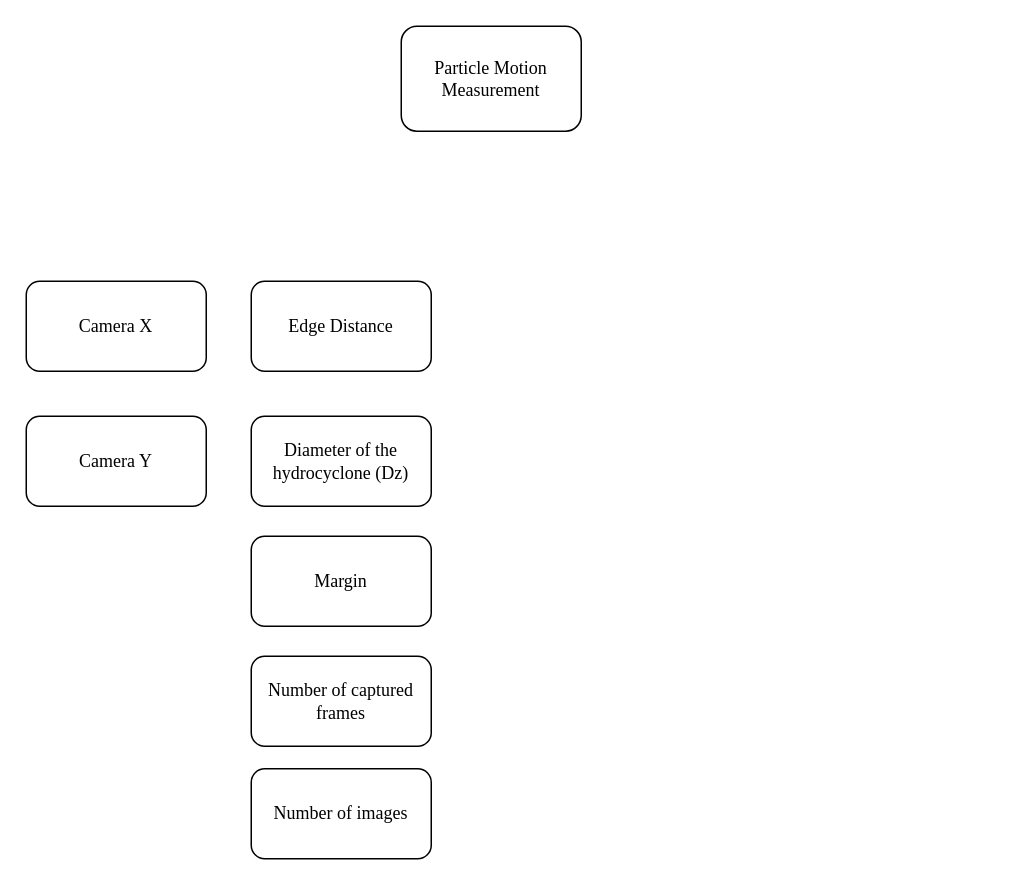
This is cvat数据来源/未命名绘图.drawio from 14790897/550-preprocess, a draw.io file, before an edit. Source tidied: cells renumbered, new cells numbered last; positions are measured from the earlier drawing's top-left corner, leaving out a move shared by most shapes. Both pictures are drawn from the tidied source at 150%, with x=0, y=0 at pixel (26, 26).
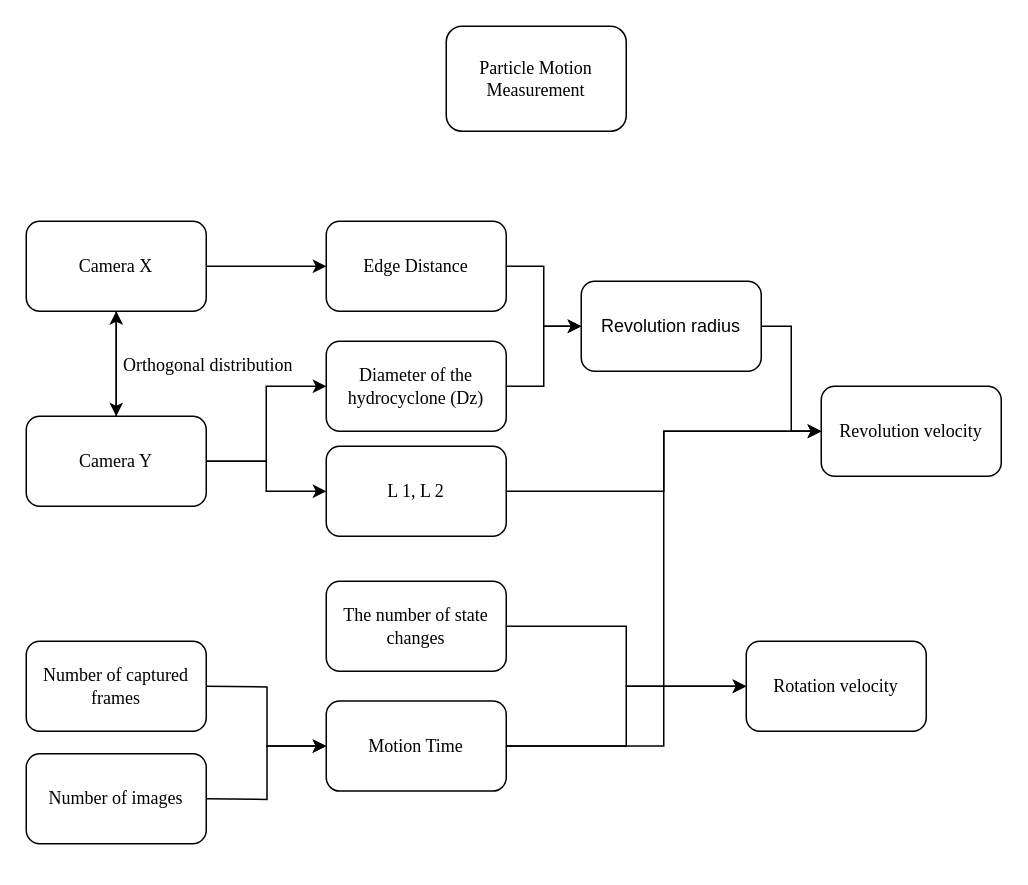
The same diagram, later.

Commit message:
更新未命名绘图.drawio

The change refers to these unchanged cells:
```xml
<mxCell id="4" value="&lt;font face=&quot;Times New Roman&quot;&gt;Camera Y&lt;/font&gt;" style="rounded=1;whiteSpace=wrap;html=1;shadow=0;glass=0;strokeColor=default;strokeWidth=1;align=center;verticalAlign=middle;fontFamily=Helvetica;fontSize=12;fontColor=default;fillColor=default;" parent="1" vertex="1">
  <mxGeometry y="260" width="120" height="60" as="geometry" />
</mxCell>
```

Diff of the diagram source:
```diff
@@
     <mxCell id="2" value="&lt;div&gt;Particle Motion Measurement&lt;/div&gt;" style="rounded=1;whiteSpace=wrap;html=1;fontSize=12;glass=0;strokeWidth=1;shadow=0;fontFamily=Times New Roman;" parent="1" vertex="1">
-      <mxGeometry x="250" width="120" height="70" as="geometry" />
+      <mxGeometry x="280" width="120" height="70" as="geometry" />
     </mxCell>
+    <mxCell id="10" style="edgeStyle=orthogonalEdgeStyle;rounded=0;jettySize=auto;html=1;entryX=0.5;entryY=0;entryDx=0;entryDy=0;fontFamily=Times New Roman;fontSize=12;fontColor=default;" parent="1" edge="1" source="3" target="4">
+      <mxGeometry relative="1" as="geometry" />
+    </mxCell>
+    <mxCell id="11" value="Orthogonal distribution" style="edgeLabel;html=1;align=center;verticalAlign=middle;rounded=1;shadow=0;glass=0;strokeColor=default;strokeWidth=1;fontFamily=Times New Roman;fontSize=12;fontColor=default;fillColor=default;" parent="10" vertex="1">
+      <mxGeometry x="0.01" y="-2" relative="1" as="geometry">
+        <mxPoint x="62" as="offset" />
+      </mxGeometry>
+    </mxCell>
+    <mxCell id="12" style="edgeStyle=orthogonalEdgeStyle;rounded=0;jettySize=auto;html=1;entryX=0;entryY=0.5;entryDx=0;entryDy=0;fontFamily=Times New Roman;fontSize=12;fontColor=default;" parent="1" edge="1" source="3" target="5">
+      <mxGeometry relative="1" as="geometry" />
+    </mxCell>
     <mxCell id="3" value="&lt;font face=&quot;Times New Roman&quot;&gt;Camera X&lt;/font&gt;" style="rounded=1;whiteSpace=wrap;html=1;shadow=0;glass=0;strokeColor=default;strokeWidth=1;align=center;verticalAlign=middle;fontFamily=Helvetica;fontSize=12;fontColor=default;fillColor=default;" parent="1" vertex="1">
-      <mxGeometry y="170" width="120" height="60" as="geometry" />
+      <mxGeometry y="130" width="120" height="60" as="geometry" />
     </mxCell>
+    <mxCell id="13" style="edgeStyle=orthogonalEdgeStyle;rounded=0;jettySize=auto;html=1;entryX=0;entryY=0.5;entryDx=0;entryDy=0;fontFamily=Times New Roman;fontSize=12;fontColor=default;" parent="1" edge="1" source="4" target="6">
+      <mxGeometry relative="1" as="geometry" />
+    </mxCell>
+    <mxCell id="14" style="edgeStyle=orthogonalEdgeStyle;rounded=0;jettySize=auto;html=1;entryX=0;entryY=0.5;entryDx=0;entryDy=0;fontFamily=Times New Roman;fontSize=12;fontColor=default;" parent="1" edge="1" source="4" target="27">
+      <mxGeometry relative="1" as="geometry" />
+    </mxCell>
+    <mxCell id="15" style="edgeStyle=orthogonalEdgeStyle;rounded=0;jettySize=auto;html=1;fontFamily=Times New Roman;fontSize=12;fontColor=default;" parent="1" edge="1" source="4">
+      <mxGeometry relative="1" as="geometry">
+        <mxPoint x="60" y="190" as="targetPoint" />
+      </mxGeometry>
+    </mxCell>
@@
+    <mxCell id="16" style="edgeStyle=orthogonalEdgeStyle;rounded=0;jettySize=auto;html=1;entryX=0;entryY=0.5;entryDx=0;entryDy=0;fontFamily=Times New Roman;fontSize=12;fontColor=default;" parent="1" edge="1" source="5" target="21">
+      <mxGeometry relative="1" as="geometry" />
+    </mxCell>
     <mxCell id="5" value="&lt;font face=&quot;Times New Roman&quot;&gt;Edge Distance&lt;/font&gt;" style="rounded=1;whiteSpace=wrap;html=1;shadow=0;glass=0;strokeColor=default;strokeWidth=1;align=center;verticalAlign=middle;fontFamily=Helvetica;fontSize=12;fontColor=default;fillColor=default;" parent="1" vertex="1">
-      <mxGeometry x="150" y="170" width="120" height="60" as="geometry" />
+      <mxGeometry x="200" y="130" width="120" height="60" as="geometry" />
     </mxCell>
+    <mxCell id="17" style="edgeStyle=orthogonalEdgeStyle;rounded=0;jettySize=auto;html=1;entryX=0;entryY=0.5;entryDx=0;entryDy=0;fontFamily=Times New Roman;fontSize=12;fontColor=default;" parent="1" edge="1" source="6" target="21">
+      <mxGeometry relative="1" as="geometry" />
+    </mxCell>
     <mxCell id="6" value="&lt;font face=&quot;Times New Roman&quot;&gt;Diameter of the hydrocyclone (Dz)&lt;/font&gt;" style="rounded=1;whiteSpace=wrap;html=1;shadow=0;glass=0;strokeColor=default;strokeWidth=1;align=center;verticalAlign=middle;fontFamily=Helvetica;fontSize=12;fontColor=default;fillColor=default;" parent="1" vertex="1">
-      <mxGeometry x="150" y="260" width="120" height="60" as="geometry" />
+      <mxGeometry x="200" y="210" width="120" height="60" as="geometry" />
     </mxCell>
-    <mxCell id="7" value="&lt;font face=&quot;Times New Roman&quot;&gt;Margin&lt;/font&gt;" style="rounded=1;whiteSpace=wrap;html=1;shadow=0;glass=0;strokeColor=default;strokeWidth=1;align=center;verticalAlign=middle;fontFamily=Helvetica;fontSize=12;fontColor=default;fillColor=default;" parent="1" vertex="1">
-      <mxGeometry x="150" y="340" width="120" height="60" as="geometry" />
-    </mxCell>
+    <mxCell id="18" style="edgeStyle=orthogonalEdgeStyle;rounded=0;jettySize=auto;html=1;entryX=0;entryY=0.5;entryDx=0;entryDy=0;fontFamily=Times New Roman;fontSize=12;fontColor=default;" parent="1" edge="1" target="30">
+      <mxGeometry relative="1" as="geometry">
+        <mxPoint x="120" y="440" as="sourcePoint" />
+      </mxGeometry>
+    </mxCell>
     <mxCell id="8" value="&lt;font face=&quot;Times New Roman&quot;&gt;Number of captured frames&lt;/font&gt;" style="rounded=1;whiteSpace=wrap;html=1;shadow=0;glass=0;strokeColor=default;strokeWidth=1;align=center;verticalAlign=middle;fontFamily=Helvetica;fontSize=12;fontColor=default;fillColor=default;" parent="1" vertex="1">
-      <mxGeometry x="150" y="420" width="120" height="60" as="geometry" />
+      <mxGeometry y="410" width="120" height="60" as="geometry" />
     </mxCell>
+    <mxCell id="19" style="edgeStyle=orthogonalEdgeStyle;rounded=0;jettySize=auto;html=1;entryX=0;entryY=0.5;entryDx=0;entryDy=0;fontFamily=Times New Roman;fontSize=12;fontColor=default;" parent="1" edge="1" target="30">
+      <mxGeometry relative="1" as="geometry">
+        <mxPoint x="120" y="515" as="sourcePoint" />
+      </mxGeometry>
+    </mxCell>
     <mxCell id="9" value="&lt;font face=&quot;Times New Roman&quot;&gt;Number of images&lt;/font&gt;" style="rounded=1;whiteSpace=wrap;html=1;shadow=0;glass=0;strokeColor=default;strokeWidth=1;align=center;verticalAlign=middle;fontFamily=Helvetica;fontSize=12;fontColor=default;fillColor=default;" parent="1" vertex="1">
-      <mxGeometry x="150" y="495" width="120" height="60" as="geometry" />
+      <mxGeometry y="485" width="120" height="60" as="geometry" />
     </mxCell>
+    <mxCell id="20" style="edgeStyle=orthogonalEdgeStyle;rounded=0;jettySize=auto;html=1;entryX=0;entryY=0.5;entryDx=0;entryDy=0;fontFamily=Times New Roman;fontSize=12;fontColor=default;" parent="1" edge="1" source="21" target="22">
+      <mxGeometry relative="1" as="geometry" />
+    </mxCell>
+    <mxCell id="21" value="Revolution radius" style="rounded=1;whiteSpace=wrap;html=1;shadow=0;glass=0;strokeColor=default;strokeWidth=1;align=center;verticalAlign=middle;fontFamily=Helvetica;fontSize=12;fontColor=default;fillColor=default;" parent="1" vertex="1">
+      <mxGeometry x="370" y="170" width="120" height="60" as="geometry" />
+    </mxCell>
+    <mxCell id="22" value="Revolution velocity" style="rounded=1;whiteSpace=wrap;html=1;shadow=0;glass=0;strokeColor=default;strokeWidth=1;align=center;verticalAlign=middle;fontFamily=Times New Roman;fontSize=12;fontColor=default;fillColor=default;" parent="1" vertex="1">
+      <mxGeometry x="530" y="240" width="120" height="60" as="geometry" />
+    </mxCell>
+    <mxCell id="23" value="Rotation velocity" style="rounded=1;whiteSpace=wrap;html=1;shadow=0;glass=0;strokeColor=default;strokeWidth=1;align=center;verticalAlign=middle;fontFamily=Times New Roman;fontSize=12;fontColor=default;fillColor=default;" parent="1" vertex="1">
+      <mxGeometry x="480" y="410" width="120" height="60" as="geometry" />
+    </mxCell>
+    <mxCell id="24" style="edgeStyle=orthogonalEdgeStyle;rounded=0;jettySize=auto;html=1;entryX=0;entryY=0.5;entryDx=0;entryDy=0;fontFamily=Times New Roman;fontSize=12;fontColor=default;" parent="1" edge="1" source="25" target="23">
+      <mxGeometry relative="1" as="geometry" />
+    </mxCell>
+    <mxCell id="25" value="The number of state changes" style="rounded=1;whiteSpace=wrap;html=1;shadow=0;glass=0;strokeColor=default;strokeWidth=1;align=center;verticalAlign=middle;fontFamily=Times New Roman;fontSize=12;fontColor=default;fillColor=default;" parent="1" vertex="1">
+      <mxGeometry x="200" y="370" width="120" height="60" as="geometry" />
+    </mxCell>
+    <mxCell id="26" style="edgeStyle=orthogonalEdgeStyle;rounded=0;jettySize=auto;html=1;entryX=0;entryY=0.5;entryDx=0;entryDy=0;fontFamily=Times New Roman;fontSize=12;fontColor=default;" parent="1" edge="1" source="27" target="22">
+      <mxGeometry relative="1" as="geometry" />
+    </mxCell>
+    <mxCell id="27" value="L 1,&amp;nbsp;&lt;span style=&quot;background-color: transparent; color: light-dark(rgb(0, 0, 0), rgb(255, 255, 255));&quot;&gt;L 2&lt;/span&gt;" style="rounded=1;whiteSpace=wrap;html=1;shadow=0;glass=0;strokeColor=default;strokeWidth=1;align=center;verticalAlign=middle;fontFamily=Times New Roman;fontSize=12;fontColor=default;fillColor=default;" parent="1" vertex="1">
+      <mxGeometry x="200" y="280" width="120" height="60" as="geometry" />
+    </mxCell>
+    <mxCell id="28" style="edgeStyle=orthogonalEdgeStyle;rounded=0;jettySize=auto;html=1;entryX=0;entryY=0.5;entryDx=0;entryDy=0;fontFamily=Times New Roman;fontSize=12;fontColor=default;" parent="1" edge="1" source="30" target="22">
+      <mxGeometry relative="1" as="geometry" />
+    </mxCell>
+    <mxCell id="29" style="edgeStyle=orthogonalEdgeStyle;rounded=0;jettySize=auto;html=1;entryX=0;entryY=0.5;entryDx=0;entryDy=0;fontFamily=Times New Roman;fontSize=12;fontColor=default;" parent="1" edge="1" source="30" target="23">
+      <mxGeometry relative="1" as="geometry" />
+    </mxCell>
+    <mxCell id="30" value="Motion Time" style="rounded=1;whiteSpace=wrap;html=1;shadow=0;glass=0;strokeColor=default;strokeWidth=1;align=center;verticalAlign=middle;fontFamily=Times New Roman;fontSize=12;fontColor=default;fillColor=default;" parent="1" vertex="1">
+      <mxGeometry x="200" y="449.9" width="120" height="60" as="geometry" />
+    </mxCell>
```
